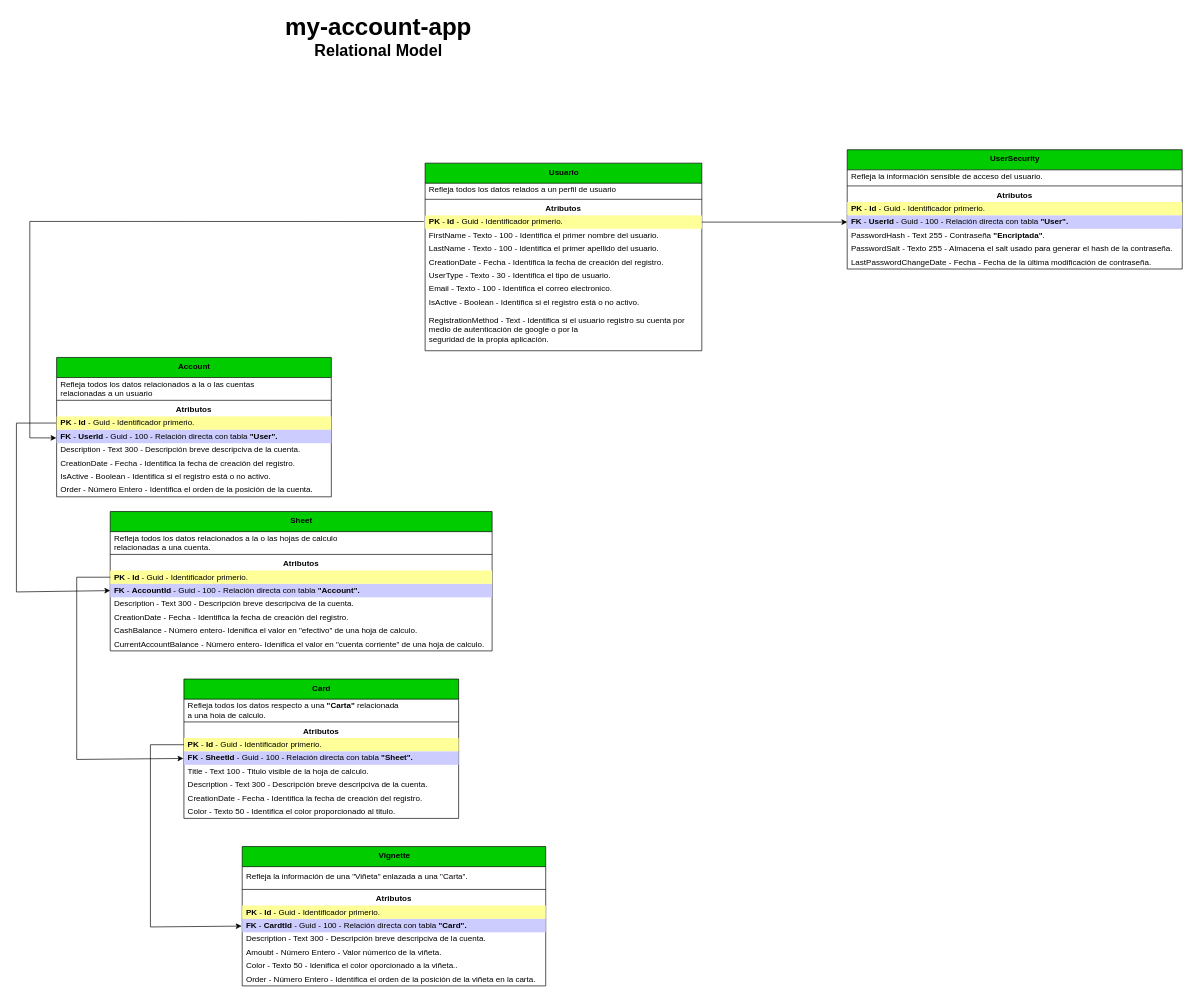
The draw.io diagram documentation/relational model.drawio in Anibaliym/my-account-app-backend, before the edit. Source tidied: cells renumbered, new cells numbered last; positions are measured from the earlier drawing's top-left corner, leaving out a move shared by most shapes. Both pictures are drawn from the tidied source at 67%, with x=0, y=0 at pixel (16, 22).
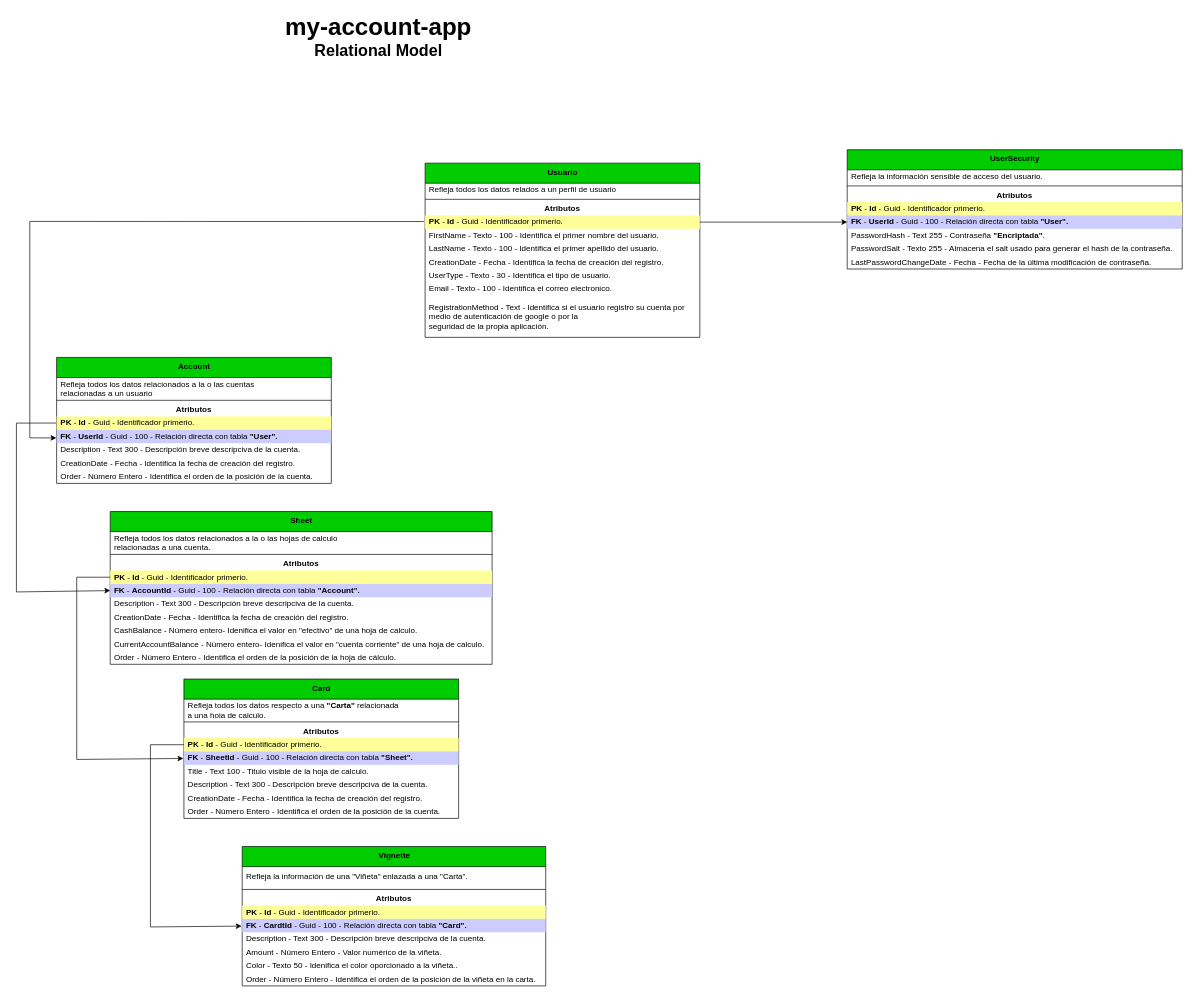
After the change.

The change refers to these unchanged cells:
```xml
<mxCell id="37" value="&lt;b&gt;Card&lt;/b&gt;" style="swimlane;fontStyle=0;align=center;verticalAlign=top;horizontal=1;startSize=30;html=1;fillColor=#00CC00;" parent="1" vertex="1">
  <mxGeometry x="250" y="980" width="410" height="208" as="geometry" />
</mxCell>
<mxCell id="48" value="&lt;b&gt;Vignette&lt;/b&gt;" style="swimlane;fontStyle=0;align=center;verticalAlign=top;horizontal=1;startSize=30;html=1;fillColor=#00CC00;" parent="1" vertex="1">
  <mxGeometry x="337" y="1230" width="453" height="208" as="geometry" />
</mxCell>
```

What changed in the source:
```diff
@@
     <mxCell id="2" value="&lt;b&gt;Usuario&lt;/b&gt;" style="swimlane;fontStyle=0;align=center;verticalAlign=top;horizontal=1;startSize=30;html=1;fillColor=#00CC00;" parent="1" vertex="1">
-      <mxGeometry x="610" y="210" width="413" height="280" as="geometry" />
+      <mxGeometry x="610" y="210" width="410" height="260" as="geometry" />
     </mxCell>
     <mxCell id="3" value="Refleja todos los datos relados a un perfil de usuario" style="text;html=1;strokeColor=none;fillColor=none;align=left;verticalAlign=middle;spacingLeft=4;spacingRight=4;overflow=hidden;" parent="2" vertex="1">
-      <mxGeometry y="30" width="413" height="20" as="geometry" />
+      <mxGeometry y="30" width="410" height="20" as="geometry" />
     </mxCell>
     <mxCell id="4" style="line;strokeWidth=1;fillColor=none;align=left;verticalAlign=middle;spacingTop=-1;spacingLeft=3;spacingRight=3;labelPosition=right;" parent="2" vertex="1">
-      <mxGeometry y="50" width="413" height="8" as="geometry" />
+      <mxGeometry y="50" width="410" height="8" as="geometry" />
     </mxCell>
     <mxCell id="5" value="&lt;b&gt;Atributos&lt;/b&gt;" style="text;html=1;strokeColor=none;fillColor=none;align=center;verticalAlign=middle;spacingLeft=4;spacingRight=4;overflow=hidden;" parent="2" vertex="1">
-      <mxGeometry y="58" width="413" height="20" as="geometry" />
+      <mxGeometry y="58" width="410" height="20" as="geometry" />
     </mxCell>
     <mxCell id="6" value="&lt;b&gt;PK&lt;/b&gt; - &lt;b&gt;Id&lt;/b&gt; - Guid&amp;nbsp;- Identificador primerio." style="text;html=1;strokeColor=none;fillColor=#FFFF99;align=left;verticalAlign=middle;spacingLeft=4;spacingRight=4;overflow=hidden;points=[[0,0.5],[1,0.5]];portConstraint=eastwest;" parent="2" vertex="1">
-      <mxGeometry y="78" width="413" height="20" as="geometry" />
+      <mxGeometry y="78" width="410" height="20" as="geometry" />
     </mxCell>
     <mxCell id="7" value="FirstName - Texto - 100 - Identifica el primer nombre del usuario." style="text;html=1;strokeColor=none;fillColor=none;align=left;verticalAlign=middle;spacingLeft=4;spacingRight=4;overflow=hidden;" parent="2" vertex="1">
-      <mxGeometry y="98" width="413" height="20" as="geometry" />
+      <mxGeometry y="98" width="410" height="20" as="geometry" />
     </mxCell>
     <mxCell id="8" value="LastName - Texto - 100 - Identifica el primer apellido del usuario." style="text;html=1;strokeColor=none;fillColor=none;align=left;verticalAlign=middle;spacingLeft=4;spacingRight=4;overflow=hidden;" parent="2" vertex="1">
-      <mxGeometry y="118" width="413" height="20" as="geometry" />
+      <mxGeometry y="118" width="410" height="20" as="geometry" />
     </mxCell>
     <mxCell id="9" value="CreationDate - Fecha - Identifica la fecha de creación del registro." style="text;html=1;strokeColor=none;fillColor=none;align=left;verticalAlign=middle;spacingLeft=4;spacingRight=4;overflow=hidden;" parent="2" vertex="1">
-      <mxGeometry y="138" width="413" height="20" as="geometry" />
+      <mxGeometry y="138" width="410" height="20" as="geometry" />
     </mxCell>
     <mxCell id="10" value="UserType - Texto - 30 - Identifica el tipo de usuario." style="text;html=1;strokeColor=none;fillColor=none;align=left;verticalAlign=middle;spacingLeft=4;spacingRight=4;overflow=hidden;" parent="2" vertex="1">
-      <mxGeometry y="158" width="413" height="20" as="geometry" />
+      <mxGeometry y="158" width="410" height="20" as="geometry" />
     </mxCell>
     <mxCell id="11" value="Email - Texto - 100 - Identifica el correo electronico." style="text;html=1;strokeColor=none;fillColor=none;align=left;verticalAlign=middle;spacingLeft=4;spacingRight=4;overflow=hidden;" parent="2" vertex="1">
-      <mxGeometry y="178" width="413" height="20" as="geometry" />
+      <mxGeometry y="178" width="410" height="20" as="geometry" />
     </mxCell>
-    <mxCell id="12" value="IsActive - Boolean - Identifica si el registro está o no activo." style="text;html=1;strokeColor=none;fillColor=none;align=left;verticalAlign=middle;spacingLeft=4;spacingRight=4;overflow=hidden;" parent="2" vertex="1">
-      <mxGeometry y="198" width="413" height="20" as="geometry" />
-    </mxCell>
     <mxCell id="13" value="RegistrationMethod - Text - Identifica si el usuario registro su cuenta por &lt;br&gt;medio de autenticación de google o por la &lt;br&gt;seguridad de la propia aplicación." style="text;html=1;strokeColor=none;fillColor=none;align=left;verticalAlign=middle;spacingLeft=4;spacingRight=4;overflow=hidden;" parent="2" vertex="1">
-      <mxGeometry y="218" width="413" height="62" as="geometry" />
+      <mxGeometry y="198" width="410" height="62" as="geometry" />
     </mxCell>
@@
     <mxCell id="15" value="&lt;b&gt;Account&lt;/b&gt;" style="swimlane;fontStyle=0;align=center;verticalAlign=top;horizontal=1;startSize=30;html=1;fillColor=#00CC00;" parent="1" vertex="1">
-      <mxGeometry x="60" y="500" width="410" height="208" as="geometry" />
+      <mxGeometry x="60" y="500" width="410" height="188" as="geometry" />
     </mxCell>
@@
-    <mxCell id="23" value="IsActive - Boolean - Identifica si el registro está o no activo." style="text;html=1;strokeColor=none;fillColor=none;align=left;verticalAlign=middle;spacingLeft=4;spacingRight=4;overflow=hidden;" parent="15" vertex="1">
-      <mxGeometry y="168" width="410" height="20" as="geometry" />
-    </mxCell>
     <mxCell id="24" value="Order - Número Entero - Identifica el orden de la posición de la cuenta." style="text;html=1;strokeColor=none;fillColor=none;align=left;verticalAlign=middle;spacingLeft=4;spacingRight=4;overflow=hidden;" parent="15" vertex="1">
-      <mxGeometry y="188" width="410" height="20" as="geometry" />
+      <mxGeometry y="168" width="410" height="20" as="geometry" />
     </mxCell>
@@
     <mxCell id="26" value="&lt;b&gt;Sheet&lt;/b&gt;" style="swimlane;fontStyle=0;align=center;verticalAlign=top;horizontal=1;startSize=30;html=1;fillColor=#00CC00;" parent="1" vertex="1">
-      <mxGeometry x="140" y="730" width="570" height="208" as="geometry" />
+      <mxGeometry x="140" y="730" width="570" height="228" as="geometry" />
     </mxCell>
@@
+    <mxCell id="69" value="Order - Número Entero - Identifica el orden de la posición de la hoja de cálculo." style="text;html=1;strokeColor=none;fillColor=none;align=left;verticalAlign=middle;spacingLeft=4;spacingRight=4;overflow=hidden;" parent="26" vertex="1">
+      <mxGeometry y="208" width="570" height="20" as="geometry" />
+    </mxCell>
@@
-    <mxCell id="46" value="Color - Texto 50 - Identifica el color proporcionado al titulo." style="text;html=1;strokeColor=none;fillColor=none;align=left;verticalAlign=middle;spacingLeft=4;spacingRight=4;overflow=hidden;" parent="37" vertex="1">
-      <mxGeometry y="188" width="410" height="20" as="geometry" />
-    </mxCell>
+    <mxCell id="70" value="Order - Número Entero - Identifica el orden de la posición de la cuenta." style="text;html=1;strokeColor=none;fillColor=none;align=left;verticalAlign=middle;spacingLeft=4;spacingRight=4;overflow=hidden;" parent="37" vertex="1">
+      <mxGeometry y="188" width="410" height="20" as="geometry" />
+    </mxCell>
@@
-    <mxCell id="55" value="Amoubt - Número Entero - Valor númerico de la viñeta." style="text;html=1;strokeColor=none;fillColor=none;align=left;verticalAlign=middle;spacingLeft=4;spacingRight=4;overflow=hidden;" parent="48" vertex="1">
+    <mxCell id="55" value="Amount - Número Entero - Valor numérico de la viñeta." style="text;html=1;strokeColor=none;fillColor=none;align=left;verticalAlign=middle;spacingLeft=4;spacingRight=4;overflow=hidden;" parent="48" vertex="1">
       <mxGeometry y="148" width="453" height="20" as="geometry" />
     </mxCell>
```
